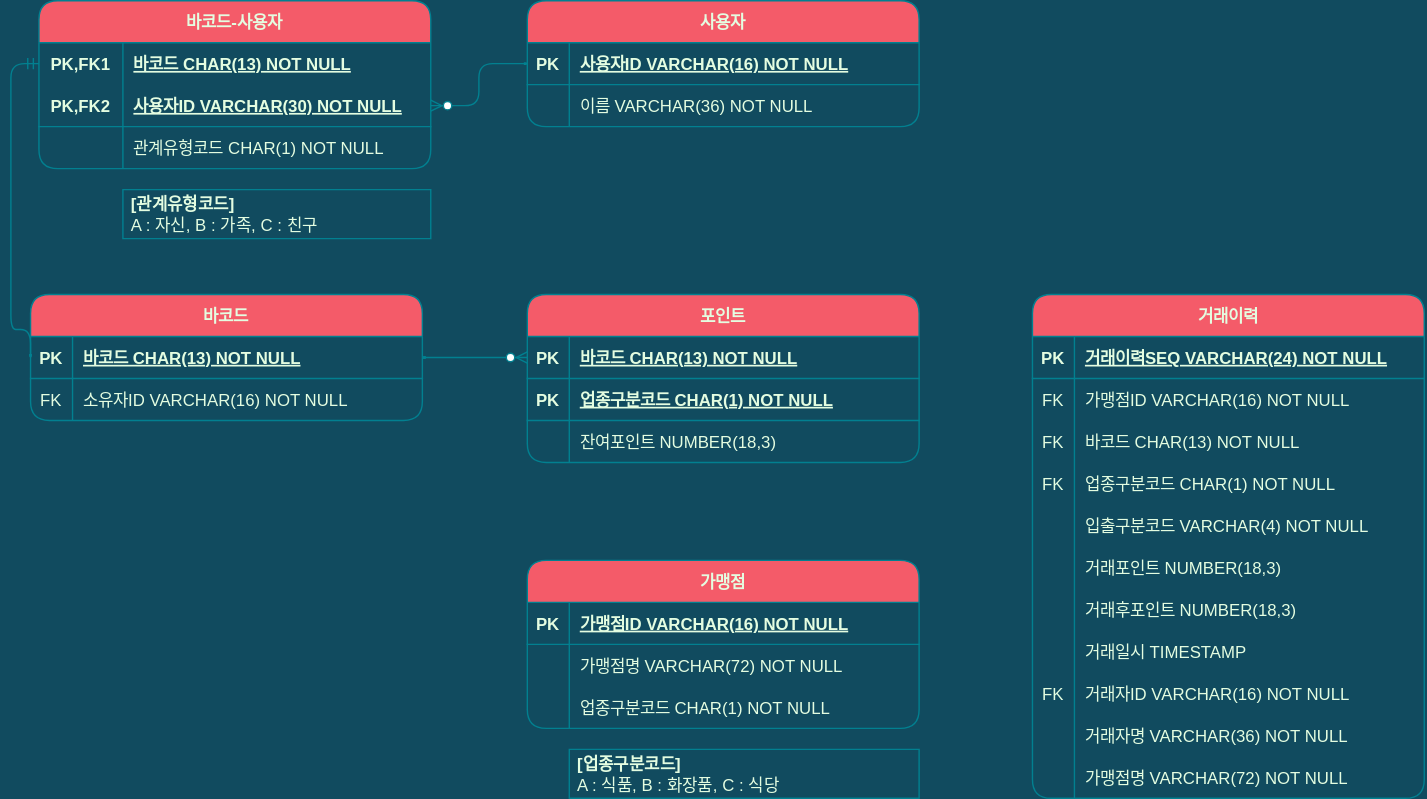
Earlier version of the draw.io export document/kakaopay-membership.svg (TyronneJeong/KakaoPay-Subject). Source tidied: cells renumbered, new cells last; positions are measured from the earlier drawing's top-left corner, leaving out a move shared by most shapes.
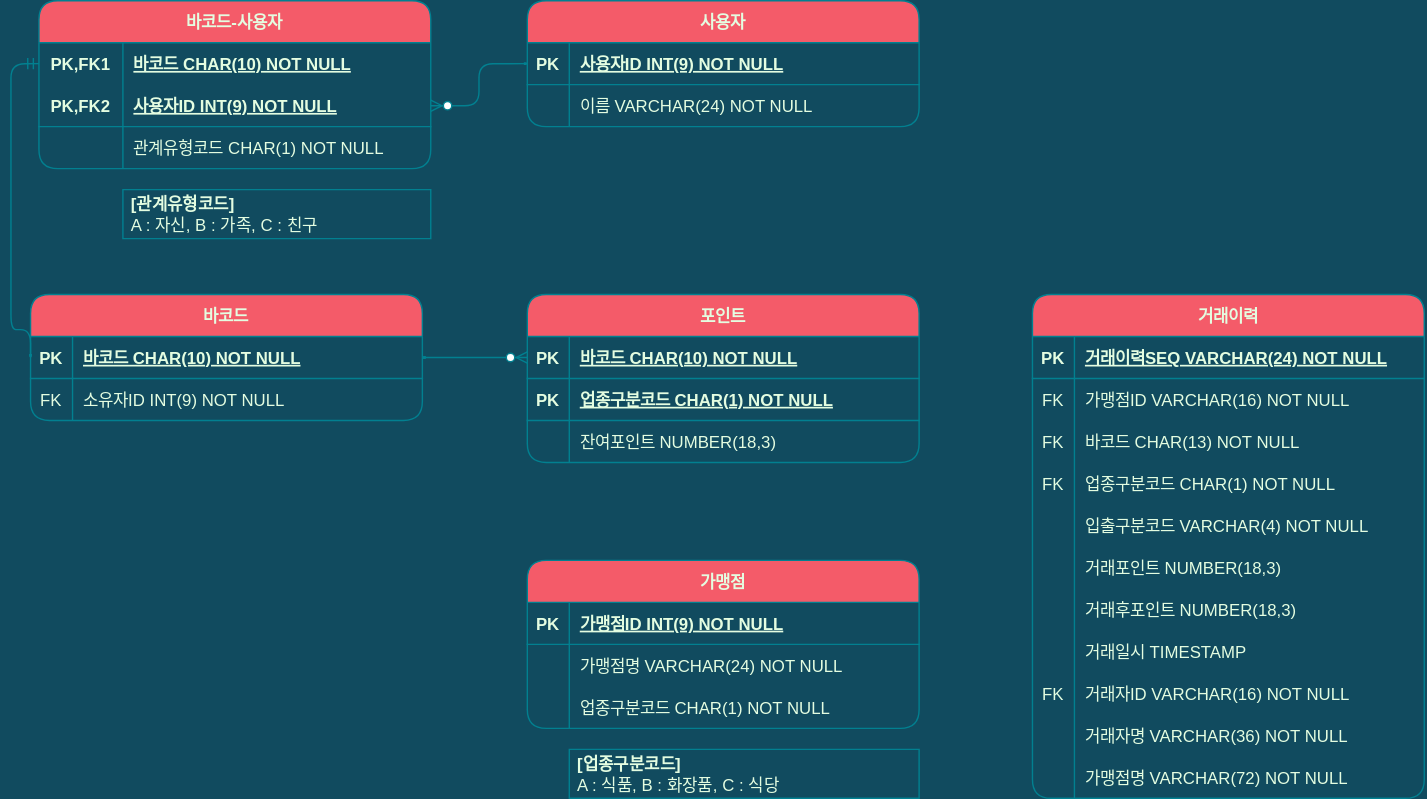
Later version of the same file.

What changed in the source:
```diff
@@ -11,7 +11,7 @@
     <mxCell id="4" value="PK" style="shape=partialRectangle;fillColor=none;top=0;left=0;bottom=0;right=0;fontStyle=1;overflow=hidden;rounded=1;strokeColor=#028090;fontColor=#E4FDE1;" parent="3" vertex="1">
       <mxGeometry width="30" height="30" as="geometry" />
     </mxCell>
-    <mxCell id="5" value="바코드 CHAR(13) NOT NULL" style="shape=partialRectangle;fillColor=none;top=0;left=0;bottom=0;right=0;align=left;spacingLeft=6;fontStyle=5;overflow=hidden;rounded=1;strokeColor=#028090;fontColor=#E4FDE1;" parent="3" vertex="1">
+    <mxCell id="5" value="바코드 CHAR(10) NOT NULL" style="shape=partialRectangle;fillColor=none;top=0;left=0;bottom=0;right=0;align=left;spacingLeft=6;fontStyle=5;overflow=hidden;rounded=1;strokeColor=#028090;fontColor=#E4FDE1;" parent="3" vertex="1">
       <mxGeometry x="30" width="250" height="30" as="geometry" />
     </mxCell>
     <mxCell id="6" style="shape=tableRow;horizontal=0;startSize=0;swimlaneHead=0;swimlaneBody=0;fillColor=none;top=0;left=0;right=0;bottom=0;rounded=1;strokeColor=#028090;fontColor=#E4FDE1;" parent="2" vertex="1">
@@ -20,7 +20,7 @@
     <mxCell id="7" value="FK" style="shape=partialRectangle;fillColor=none;top=0;left=0;bottom=0;right=0;overflow=hidden;rounded=1;strokeColor=#028090;fontColor=#E4FDE1;" parent="6" vertex="1">
       <mxGeometry width="30" height="30" as="geometry" />
     </mxCell>
-    <mxCell id="8" value="소유자ID VARCHAR(16) NOT NULL" style="shape=partialRectangle;fillColor=none;top=0;left=0;bottom=0;right=0;align=left;spacingLeft=6;overflow=hidden;rounded=1;strokeColor=#028090;fontColor=#E4FDE1;" parent="6" vertex="1">
+    <mxCell id="8" value="소유자ID INT(9) NOT NULL" style="shape=partialRectangle;fillColor=none;top=0;left=0;bottom=0;right=0;align=left;spacingLeft=6;overflow=hidden;rounded=1;strokeColor=#028090;fontColor=#E4FDE1;" parent="6" vertex="1">
       <mxGeometry x="30" width="250" height="30" as="geometry" />
     </mxCell>
     <mxCell id="9" value="사용자" style="shape=table;startSize=30;rowLines=0;fontStyle=1;align=center;rounded=1;fillColor=#F45B69;strokeColor=#028090;fontColor=#E4FDE1;" parent="1" vertex="1">
@@ -32,7 +32,7 @@
     <mxCell id="11" value="PK" style="shape=partialRectangle;fillColor=none;top=0;left=0;bottom=0;right=0;fontStyle=1;overflow=hidden;rounded=1;strokeColor=#028090;fontColor=#E4FDE1;" parent="10" vertex="1">
       <mxGeometry width="30" height="30" as="geometry" />
     </mxCell>
-    <mxCell id="12" value="사용자ID VARCHAR(16) NOT NULL" style="shape=partialRectangle;fillColor=none;top=0;left=0;bottom=0;right=0;align=left;spacingLeft=6;fontStyle=5;overflow=hidden;rounded=1;strokeColor=#028090;fontColor=#E4FDE1;" parent="10" vertex="1">
+    <mxCell id="12" value="사용자ID INT(9) NOT NULL" style="shape=partialRectangle;fillColor=none;top=0;left=0;bottom=0;right=0;align=left;spacingLeft=6;fontStyle=5;overflow=hidden;rounded=1;strokeColor=#028090;fontColor=#E4FDE1;" parent="10" vertex="1">
       <mxGeometry x="30" width="250" height="30" as="geometry" />
     </mxCell>
     <mxCell id="13" style="shape=tableRow;horizontal=0;startSize=0;swimlaneHead=0;swimlaneBody=0;fillColor=none;top=0;left=0;right=0;bottom=0;rounded=1;strokeColor=#028090;fontColor=#E4FDE1;" parent="9" vertex="1">
@@ -41,7 +41,7 @@
     <mxCell id="14" style="shape=partialRectangle;fillColor=none;top=0;left=0;bottom=0;right=0;overflow=hidden;rounded=1;strokeColor=#028090;fontColor=#E4FDE1;" parent="13" vertex="1">
       <mxGeometry width="30" height="30" as="geometry" />
     </mxCell>
-    <mxCell id="15" value="이름 VARCHAR(36) NOT NULL" style="shape=partialRectangle;fillColor=none;top=0;left=0;bottom=0;right=0;align=left;spacingLeft=6;overflow=hidden;rounded=1;strokeColor=#028090;fontColor=#E4FDE1;" parent="13" vertex="1">
+    <mxCell id="15" value="이름 VARCHAR(24) NOT NULL" style="shape=partialRectangle;fillColor=none;top=0;left=0;bottom=0;right=0;align=left;spacingLeft=6;overflow=hidden;rounded=1;strokeColor=#028090;fontColor=#E4FDE1;" parent="13" vertex="1">
       <mxGeometry x="30" width="250" height="30" as="geometry" />
     </mxCell>
     <mxCell id="16" value="바코드-사용자" style="shape=table;startSize=30;rowLines=0;fontStyle=1;align=center;rounded=1;fillColor=#F45B69;strokeColor=#028090;fontColor=#E4FDE1;" parent="1" vertex="1">
@@ -53,7 +53,7 @@
     <mxCell id="18" value="PK,FK1" style="shape=partialRectangle;fillColor=none;top=0;left=0;bottom=0;right=0;fontStyle=1;overflow=hidden;rounded=1;strokeColor=#028090;fontColor=#E4FDE1;" parent="17" vertex="1">
       <mxGeometry width="60" height="30" as="geometry" />
     </mxCell>
-    <mxCell id="19" value="바코드 CHAR(13) NOT NULL" style="shape=partialRectangle;fillColor=none;top=0;left=0;bottom=0;right=0;align=left;spacingLeft=6;fontStyle=5;overflow=hidden;rounded=1;strokeColor=#028090;fontColor=#E4FDE1;" parent="17" vertex="1">
+    <mxCell id="19" value="바코드 CHAR(10) NOT NULL" style="shape=partialRectangle;fillColor=none;top=0;left=0;bottom=0;right=0;align=left;spacingLeft=6;fontStyle=5;overflow=hidden;rounded=1;strokeColor=#028090;fontColor=#E4FDE1;" parent="17" vertex="1">
       <mxGeometry x="60" width="220" height="30" as="geometry" />
     </mxCell>
     <mxCell id="20" style="shape=tableRow;horizontal=0;startSize=0;swimlaneHead=0;swimlaneBody=0;fillColor=none;points=[[0,0.5],[1,0.5]];portConstraint=eastwest;top=0;left=0;right=0;bottom=1;rounded=1;strokeColor=#028090;fontColor=#E4FDE1;" parent="16" vertex="1">
@@ -62,7 +62,7 @@
     <mxCell id="21" value="PK,FK2" style="shape=partialRectangle;fillColor=none;top=0;left=0;bottom=0;right=0;fontStyle=1;overflow=hidden;rounded=1;strokeColor=#028090;fontColor=#E4FDE1;" parent="20" vertex="1">
       <mxGeometry width="60" height="30" as="geometry" />
     </mxCell>
-    <mxCell id="22" value="사용자ID VARCHAR(30) NOT NULL" style="shape=partialRectangle;fillColor=none;top=0;left=0;bottom=0;right=0;align=left;spacingLeft=6;fontStyle=5;overflow=hidden;rounded=1;strokeColor=#028090;fontColor=#E4FDE1;" parent="20" vertex="1">
+    <mxCell id="22" value="사용자ID INT(9) NOT NULL" style="shape=partialRectangle;fillColor=none;top=0;left=0;bottom=0;right=0;align=left;spacingLeft=6;fontStyle=5;overflow=hidden;rounded=1;strokeColor=#028090;fontColor=#E4FDE1;" parent="20" vertex="1">
       <mxGeometry x="60" width="220" height="30" as="geometry" />
     </mxCell>
     <mxCell id="23" style="shape=tableRow;horizontal=0;startSize=0;swimlaneHead=0;swimlaneBody=0;fillColor=none;top=0;left=0;right=0;bottom=0;rounded=1;strokeColor=#028090;fontColor=#E4FDE1;" parent="16" vertex="1">
@@ -83,7 +83,7 @@
     <mxCell id="28" value="PK" style="shape=partialRectangle;fillColor=none;top=0;left=0;bottom=0;right=0;fontStyle=1;overflow=hidden;rounded=1;strokeColor=#028090;fontColor=#E4FDE1;" parent="27" vertex="1">
       <mxGeometry width="30" height="30" as="geometry" />
     </mxCell>
-    <mxCell id="29" value="가맹점ID VARCHAR(16) NOT NULL" style="shape=partialRectangle;fillColor=none;top=0;left=0;bottom=0;right=0;align=left;spacingLeft=6;fontStyle=5;overflow=hidden;rounded=1;strokeColor=#028090;fontColor=#E4FDE1;" parent="27" vertex="1">
+    <mxCell id="29" value="가맹점ID INT(9) NOT NULL" style="shape=partialRectangle;fillColor=none;top=0;left=0;bottom=0;right=0;align=left;spacingLeft=6;fontStyle=5;overflow=hidden;rounded=1;strokeColor=#028090;fontColor=#E4FDE1;" parent="27" vertex="1">
       <mxGeometry x="30" width="250" height="30" as="geometry" />
     </mxCell>
     <mxCell id="30" style="shape=tableRow;horizontal=0;startSize=0;swimlaneHead=0;swimlaneBody=0;fillColor=none;top=0;left=0;right=0;bottom=0;rounded=1;strokeColor=#028090;fontColor=#E4FDE1;" parent="26" vertex="1">
@@ -92,7 +92,7 @@
     <mxCell id="31" style="shape=partialRectangle;fillColor=none;top=0;left=0;bottom=0;right=0;overflow=hidden;rounded=1;strokeColor=#028090;fontColor=#E4FDE1;" parent="30" vertex="1">
       <mxGeometry width="30" height="30" as="geometry" />
     </mxCell>
-    <mxCell id="32" value="가맹점명 VARCHAR(72) NOT NULL" style="shape=partialRectangle;fillColor=none;top=0;left=0;bottom=0;right=0;align=left;spacingLeft=6;overflow=hidden;rounded=1;strokeColor=#028090;fontColor=#E4FDE1;" parent="30" vertex="1">
+    <mxCell id="32" value="가맹점명 VARCHAR(24) NOT NULL" style="shape=partialRectangle;fillColor=none;top=0;left=0;bottom=0;right=0;align=left;spacingLeft=6;overflow=hidden;rounded=1;strokeColor=#028090;fontColor=#E4FDE1;" parent="30" vertex="1">
       <mxGeometry x="30" width="250" height="30" as="geometry" />
     </mxCell>
     <mxCell id="33" style="shape=tableRow;horizontal=0;startSize=0;swimlaneHead=0;swimlaneBody=0;fillColor=none;top=0;left=0;right=0;bottom=0;rounded=1;strokeColor=#028090;fontColor=#E4FDE1;" parent="26" vertex="1">
@@ -113,7 +113,7 @@
     <mxCell id="38" value="PK" style="shape=partialRectangle;fillColor=none;top=0;left=0;bottom=0;right=0;fontStyle=1;overflow=hidden;rounded=1;strokeColor=#028090;fontColor=#E4FDE1;" parent="37" vertex="1">
       <mxGeometry width="30" height="30" as="geometry" />
     </mxCell>
-    <mxCell id="39" value="바코드 CHAR(13) NOT NULL" style="shape=partialRectangle;fillColor=none;top=0;left=0;bottom=0;right=0;align=left;spacingLeft=6;fontStyle=5;overflow=hidden;rounded=1;strokeColor=#028090;fontColor=#E4FDE1;" parent="37" vertex="1">
+    <mxCell id="39" value="바코드 CHAR(10) NOT NULL" style="shape=partialRectangle;fillColor=none;top=0;left=0;bottom=0;right=0;align=left;spacingLeft=6;fontStyle=5;overflow=hidden;rounded=1;strokeColor=#028090;fontColor=#E4FDE1;" parent="37" vertex="1">
       <mxGeometry x="30" width="250" height="30" as="geometry" />
     </mxCell>
     <mxCell id="40" style="shape=tableRow;horizontal=0;startSize=0;swimlaneHead=0;swimlaneBody=0;fillColor=none;top=0;left=0;right=0;bottom=1;fontFamily=Helvetica;fontSize=12;rounded=1;strokeColor=#028090;fontColor=#E4FDE1;" parent="36" vertex="1">
```
